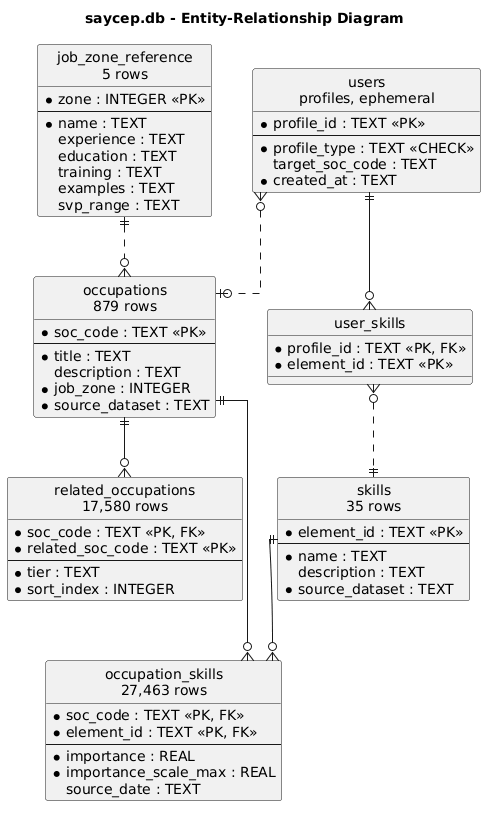
ShogunLSG/SAYCEP keeps this PlantUML diagram as docs/uml/a3/08-erd.png. Above is the earlier version. Source of this version:
```plantuml
@startuml
title saycep.db - Entity-Relationship Diagram
hide circle
skinparam linetype ortho
skinparam shadowing false

entity "occupations\n879 rows" as occ {
  * soc_code : TEXT <<PK>>
  --
  * title : TEXT
  description : TEXT
  * job_zone : INTEGER
  * source_dataset : TEXT
}

entity "skills\n35 rows" as sk {
  * element_id : TEXT <<PK>>
  --
  * name : TEXT
  description : TEXT
  * source_dataset : TEXT
}

entity "occupation_skills\n27,463 rows" as os {
  * soc_code : TEXT <<PK, FK>>
  * element_id : TEXT <<PK, FK>>
  --
  * importance : REAL
  * importance_scale_max : REAL
  source_date : TEXT
}

entity "related_occupations\n17,580 rows" as ro {
  * soc_code : TEXT <<PK, FK>>
  * related_soc_code : TEXT <<PK>>
  --
  * tier : TEXT
  * sort_index : INTEGER
}

entity "job_zone_reference\n5 rows" as jz {
  * zone : INTEGER <<PK>>
  --
  * name : TEXT
  experience : TEXT
  education : TEXT
  training : TEXT
  examples : TEXT
  svp_range : TEXT
}

entity "users\nprofiles, ephemeral" as u {
  * profile_id : TEXT <<PK>>
  --
  * profile_type : TEXT <<CHECK>>
  target_soc_code : TEXT
  * created_at : TEXT
}

entity "user_skills" as us {
  * profile_id : TEXT <<PK, FK>>
  * element_id : TEXT <<PK>>
}

occ ||--o{ os
sk ||--o{ os
occ ||--o{ ro
u ||--o{ us
jz ||..o{ occ
u }o..o| occ
us }o..|| sk
@enduml
```
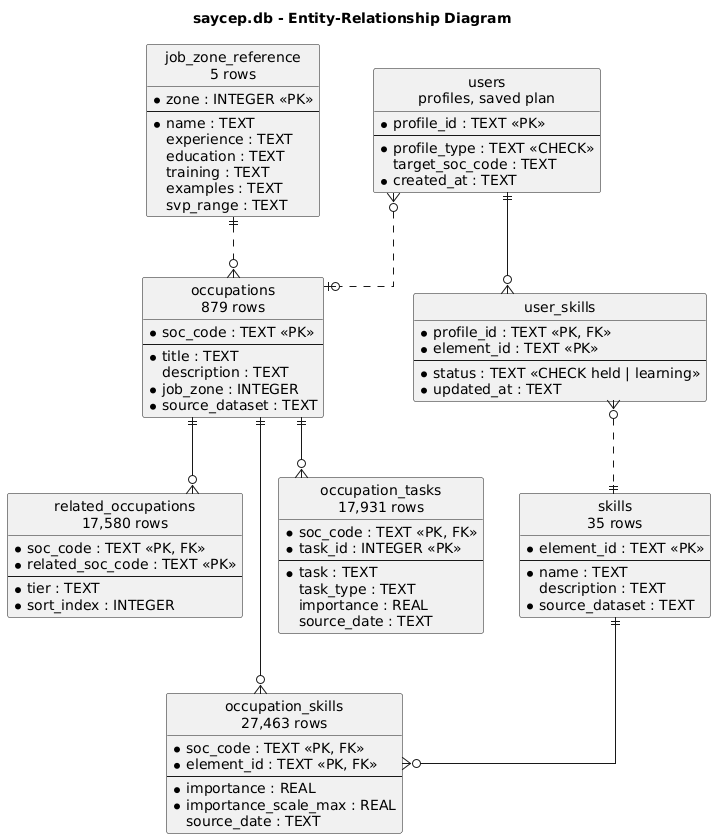
Above is the later version.

The edit, as a diff of the source:
```diff
@@ -1,4 +1,4 @@
-@startuml
+@startuml SAYCEP_A3_ERD
 title saycep.db - Entity-Relationship Diagram
 hide circle
 skinparam linetype ortho
@@ -49,7 +49,17 @@
   svp_range : TEXT
 }
 
-entity "users\nprofiles, ephemeral" as u {
+entity "occupation_tasks\n17,931 rows" as ot {
+  * soc_code : TEXT <<PK, FK>>
+  * task_id : INTEGER <<PK>>
+  --
+  * task : TEXT
+  task_type : TEXT
+  importance : REAL
+  source_date : TEXT
+}
+
+entity "users\nprofiles, saved plan" as u {
   * profile_id : TEXT <<PK>>
   --
   * profile_type : TEXT <<CHECK>>
@@ -60,9 +70,13 @@
 entity "user_skills" as us {
   * profile_id : TEXT <<PK, FK>>
   * element_id : TEXT <<PK>>
+  --
+  * status : TEXT <<CHECK held | learning>>
+  * updated_at : TEXT
 }
 
 occ ||--o{ os
+occ ||--o{ ot
 sk ||--o{ os
 occ ||--o{ ro
 u ||--o{ us
```
